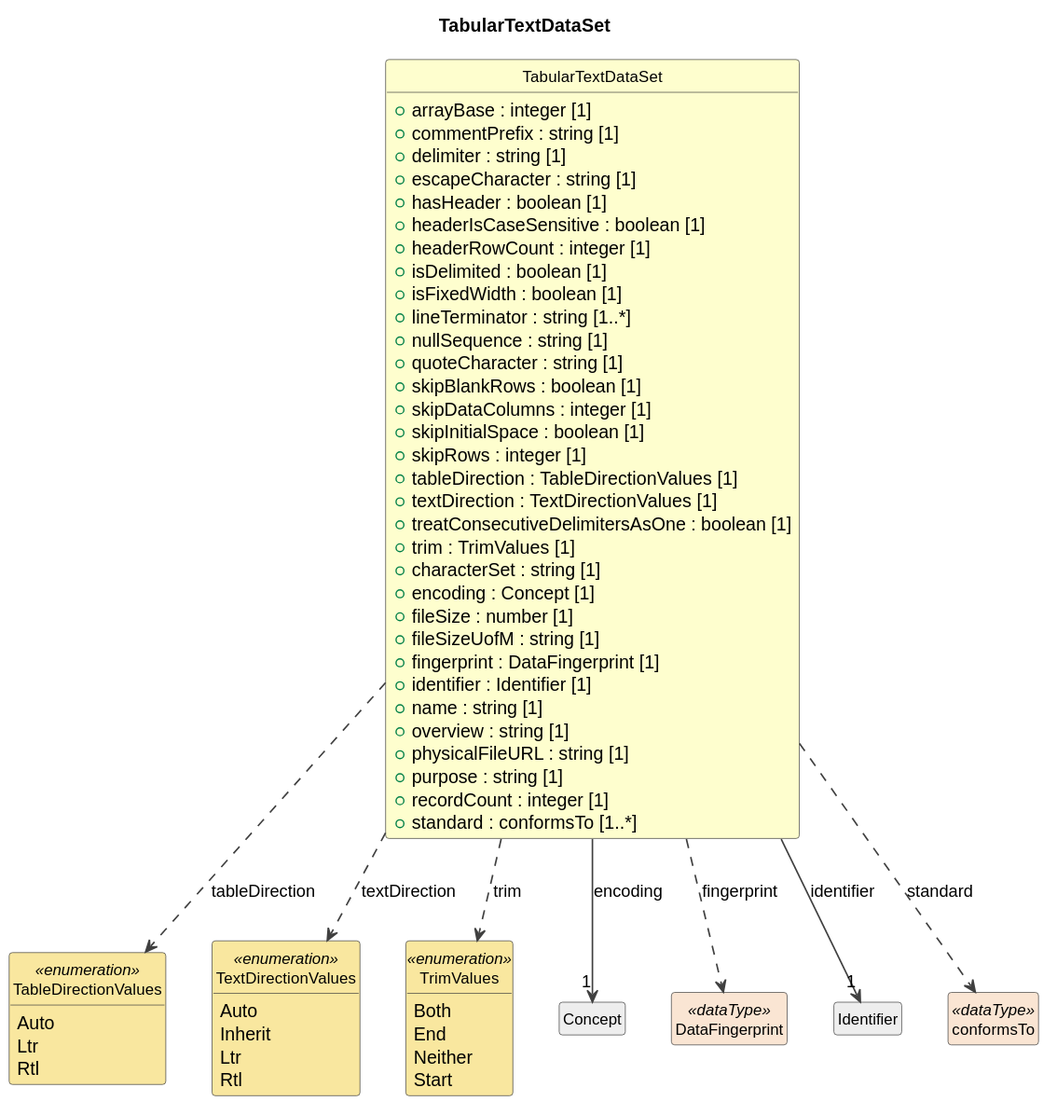
This is cdif-uml-model/_plantuml/cdifDataStructure/Classes/TabularTextDataSet.svg from Cross-Domain-Interoperability-Framework/metadataBuildingBlocks, a PlantUML export, as it was before one commit.
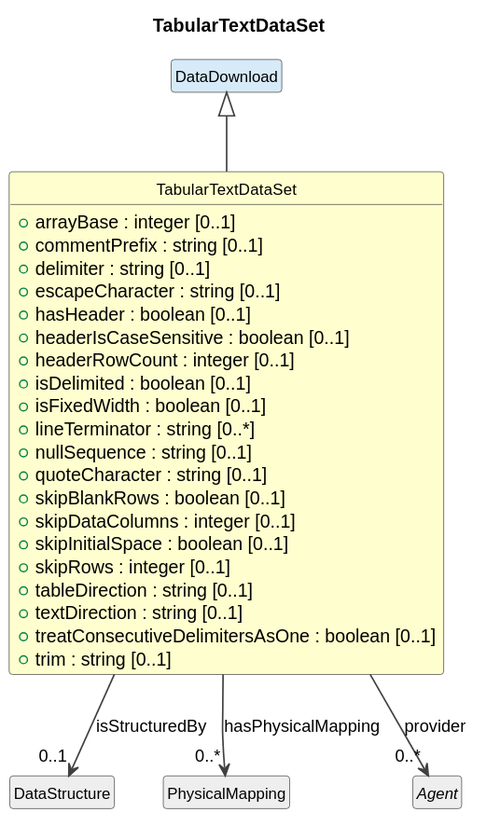
The same diagram one commit later.

Diff of the diagram source:
```diff
@@ -11,68 +11,33 @@
 }
 
 class "TabularTextDataSet" as TabularTextDataSet #FEFECE {
-  +arrayBase : integer [1]
-  +commentPrefix : string [1]
-  +delimiter : string [1]
-  +escapeCharacter : string [1]
-  +hasHeader : boolean [1]
-  +headerIsCaseSensitive : boolean [1]
-  +headerRowCount : integer [1]
-  +isDelimited : boolean [1]
-  +isFixedWidth : boolean [1]
-  +lineTerminator : string [1..*]
-  +nullSequence : string [1]
-  +quoteCharacter : string [1]
-  +skipBlankRows : boolean [1]
-  +skipDataColumns : integer [1]
-  +skipInitialSpace : boolean [1]
-  +skipRows : integer [1]
-  +tableDirection : TableDirectionValues [1]
-  +textDirection : TextDirectionValues [1]
-  +treatConsecutiveDelimitersAsOne : boolean [1]
-  +trim : TrimValues [1]
-  +characterSet : string [1]
-  +encoding : Concept [1]
-  +fileSize : number [1]
-  +fileSizeUofM : string [1]
-  +fingerprint : DataFingerprint [1]
-  +identifier : Identifier [1]
-  +name : string [1]
-  +overview : string [1]
-  +physicalFileURL : string [1]
-  +purpose : string [1]
-  +recordCount : integer [1]
-  +standard : conformsTo [1..*]
+  +arrayBase : integer [0..1]
+  +commentPrefix : string [0..1]
+  +delimiter : string [0..1]
+  +escapeCharacter : string [0..1]
+  +hasHeader : boolean [0..1]
+  +headerIsCaseSensitive : boolean [0..1]
+  +headerRowCount : integer [0..1]
+  +isDelimited : boolean [0..1]
+  +isFixedWidth : boolean [0..1]
+  +lineTerminator : string [0..*]
+  +nullSequence : string [0..1]
+  +quoteCharacter : string [0..1]
+  +skipBlankRows : boolean [0..1]
+  +skipDataColumns : integer [0..1]
+  +skipInitialSpace : boolean [0..1]
+  +skipRows : integer [0..1]
+  +tableDirection : string [0..1]
+  +textDirection : string [0..1]
+  +treatConsecutiveDelimitersAsOne : boolean [0..1]
+  +trim : string [0..1]
 }
-enum "TableDirectionValues" as TableDirectionValues <<enumeration>> #F9E79F
-{
-  Auto
-  Ltr
-  Rtl
-}
-TabularTextDataSet ..> TableDirectionValues : tableDirection
-enum "TextDirectionValues" as TextDirectionValues <<enumeration>> #F9E79F
-{
-  Auto
-  Inherit
-  Ltr
-  Rtl
-}
-TabularTextDataSet ..> TextDirectionValues : textDirection
-enum "TrimValues" as TrimValues <<enumeration>> #F9E79F
-{
-  Both
-  End
-  Neither
-  Start
-}
-TabularTextDataSet ..> TrimValues : trim
-class "Concept" as Concept #EEEEEE
-TabularTextDataSet --> "1" Concept : encoding
-class "DataFingerprint" as DataFingerprint <<dataType>> #FAE5D3
-TabularTextDataSet ..> DataFingerprint : fingerprint
-class "Identifier" as Identifier #EEEEEE
-TabularTextDataSet --> "1" Identifier : identifier
-class "conformsTo" as conformsTo <<dataType>> #FAE5D3
-TabularTextDataSet ..> conformsTo : standard
+class "DataDownload" as DataDownload #D6EAF8
+DataDownload <|-- TabularTextDataSet
+class "DataStructure" as DataStructure #EEEEEE
+TabularTextDataSet --> "0..1" DataStructure : isStructuredBy
+class "PhysicalMapping" as PhysicalMapping #EEEEEE
+TabularTextDataSet --> "0..*" PhysicalMapping : hasPhysicalMapping
+abstract class "Agent" as Agent #EEEEEE
+TabularTextDataSet --> "0..*" Agent : provider
 @enduml
```
